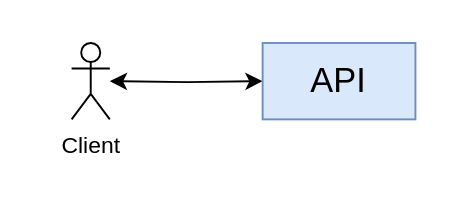
Before: page "SingleClient" (4 of 8) of 5th-semester/daw/docs/daw-diagrams.drawio in andre-j3sus/isel-leic-notes, a draw.io diagram. Source tidied: cells renumbered, new cells numbered last; positions are measured from the earlier drawing's top-left corner, leaving out a move shared by most shapes. Both pictures are drawn from the tidied source at 191%, with x=0, y=0 at pixel (71, 42).
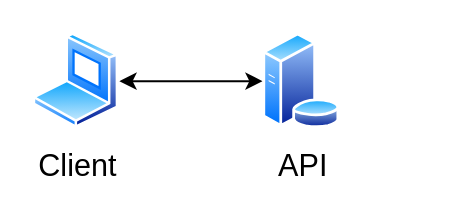
After the change.

Change to the diagram source:
```diff
@@
 <mxGraphModel>
   <root>
     <mxCell id="0" />
     <mxCell id="1" parent="0" />
-    <mxCell id="2" style="edgeStyle=orthogonalEdgeStyle;rounded=0;jettySize=auto;html=1;entryX=0;entryY=0.5;entryDx=0;entryDy=0;startArrow=classic;startFill=1;" parent="1" edge="1" target="3">
-      <mxGeometry relative="1" as="geometry">
-        <mxPoint x="20" y="20" as="sourcePoint" />
-      </mxGeometry>
+    <mxCell id="2" style="edgeStyle=orthogonalEdgeStyle;rounded=0;jettySize=auto;html=1;startArrow=classic;startFill=1;" parent="1" edge="1" source="4" target="3">
+      <mxGeometry relative="1" as="geometry" />
     </mxCell>
-    <mxCell id="3" value="API" style="rounded=0;whiteSpace=wrap;html=1;fontSize=18;fillColor=#dae8fc;strokeColor=#6c8ebf;" parent="1" vertex="1">
-      <mxGeometry x="100" width="80" height="40" as="geometry" />
+    <mxCell id="3" value="API" style="perimeter=ellipsePerimeter;html=1;align=center;shadow=0;dashed=0;spacingTop=3;image;image=img/lib/active_directory/database_server.svg;labelBackgroundColor=none;fontSize=16;" parent="1" vertex="1">
+      <mxGeometry x="100" y="-5" width="41" height="50" as="geometry" />
     </mxCell>
-    <mxCell id="4" value="Client" style="shape=umlActor;verticalLabelPosition=bottom;verticalAlign=top;html=1;outlineConnect=0;" parent="1" vertex="1">
-      <mxGeometry width="20" height="40" as="geometry" />
+    <mxCell id="4" value="Client" style="perimeter=ellipsePerimeter;html=1;align=center;shadow=0;dashed=0;spacingTop=3;image;image=img/lib/active_directory/laptop_client.svg;labelBackgroundColor=none;fontSize=16;" parent="1" vertex="1">
+      <mxGeometry x="-20" y="-5" width="45" height="50" as="geometry" />
     </mxCell>
   </root>
 </mxGraphModel>
```
